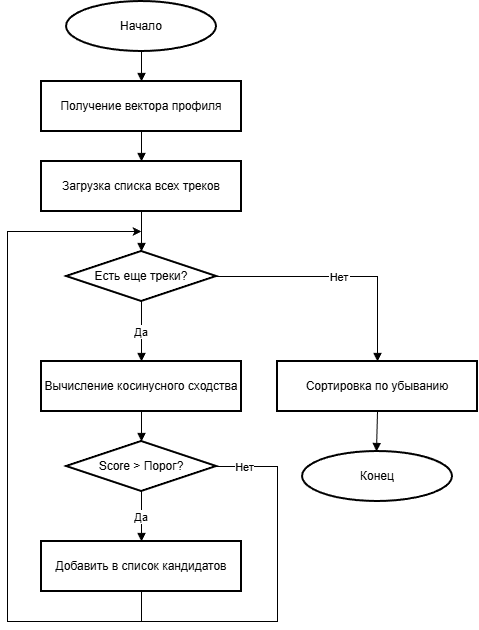
Above: изображения/Block_Scheme.png in EasyFox13/diplom (draw.io), before the change. Source tidied: cells renumbered, new cells last; positions are measured from the earlier drawing's top-left corner, leaving out a move shared by most shapes.
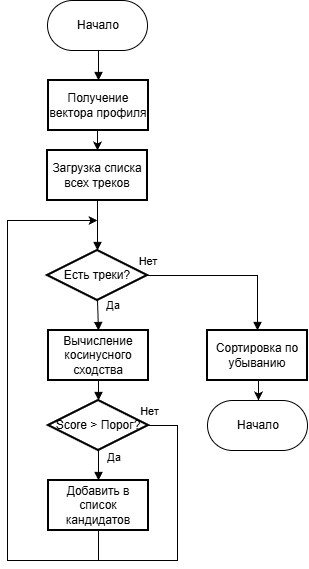
The same file after the commit.

The edit, as a diff of the source:
```diff
@@ -2,79 +2,98 @@
   <root>
     <mxCell id="0" />
     <mxCell id="1" parent="0" />
-    <mxCell id="2" value="Начало" style="ellipse;strokeWidth=2;whiteSpace=wrap;" parent="1" vertex="1">
-      <mxGeometry x="59" width="150" height="50" as="geometry" />
-    </mxCell>
+    <mxCell id="15" style="edgeStyle=orthogonalEdgeStyle;rounded=0;jettySize=auto;html=1;exitX=0.5;exitY=1;exitDx=0;exitDy=0;entryX=0.5;entryY=0;entryDx=0;entryDy=0;" parent="1" edge="1" source="3" target="4">
+      <mxGeometry relative="1" as="geometry" />
+    </mxCell>
     <mxCell id="3" value="Получение вектора профиля" style="whiteSpace=wrap;strokeWidth=2;" parent="1" vertex="1">
-      <mxGeometry x="34" y="80" width="200" height="50" as="geometry" />
+      <mxGeometry x="91" y="90" width="100" height="50" as="geometry" />
     </mxCell>
     <mxCell id="4" value="Загрузка списка всех треков" style="whiteSpace=wrap;strokeWidth=2;" parent="1" vertex="1">
-      <mxGeometry x="34" y="160" width="200" height="50" as="geometry" />
+      <mxGeometry x="90" y="160" width="100" height="50" as="geometry" />
     </mxCell>
-    <mxCell id="5" value="Есть еще треки?" style="rhombus;strokeWidth=2;whiteSpace=wrap;" parent="1" vertex="1">
-      <mxGeometry x="59" y="250" width="150" height="50" as="geometry" />
+    <mxCell id="5" value="Есть треки?" style="rhombus;strokeWidth=2;whiteSpace=wrap;" parent="1" vertex="1">
+      <mxGeometry x="90" y="260" width="100" height="50" as="geometry" />
     </mxCell>
     <mxCell id="6" value="Вычисление косинусного сходства" style="whiteSpace=wrap;strokeWidth=2;" parent="1" vertex="1">
-      <mxGeometry x="34" y="360" width="200" height="50" as="geometry" />
+      <mxGeometry x="91" y="340" width="100" height="50" as="geometry" />
     </mxCell>
     <mxCell id="7" style="edgeStyle=orthogonalEdgeStyle;rounded=0;jettySize=auto;html=1;exitX=1;exitY=0.5;exitDx=0;exitDy=0;endArrow=none;endFill=0;" parent="1" edge="1" source="9">
       <mxGeometry relative="1" as="geometry">
-        <mxPoint y="580" as="targetPoint" />
+        <mxPoint x="50" y="570" as="targetPoint" />
         <Array as="points">
-          <mxPoint x="270" y="465" />
-          <mxPoint x="270" y="620" />
-          <mxPoint y="620" />
+          <mxPoint x="220" y="435" />
+          <mxPoint x="220" y="570" />
         </Array>
       </mxGeometry>
     </mxCell>
     <mxCell id="8" value="Нет" style="edgeLabel;html=1;align=center;verticalAlign=middle;" parent="7" vertex="1">
-      <mxGeometry x="-0.9" relative="1" as="geometry" />
+      <mxGeometry x="-0.9" relative="1" as="geometry">
+        <mxPoint x="-17" y="-15" as="offset" />
+      </mxGeometry>
     </mxCell>
     <mxCell id="9" value="Score &gt; Порог?" style="rhombus;strokeWidth=2;whiteSpace=wrap;" parent="1" vertex="1">
-      <mxGeometry x="59" y="440" width="150" height="50" as="geometry" />
+      <mxGeometry x="91" y="410" width="100" height="50" as="geometry" />
     </mxCell>
     <mxCell id="10" style="edgeStyle=orthogonalEdgeStyle;rounded=0;jettySize=auto;html=1;exitX=0.5;exitY=1;exitDx=0;exitDy=0;startArrow=none;startFill=0;endArrow=classic;endFill=1;" parent="1" edge="1" source="11">
       <mxGeometry relative="1" as="geometry">
-        <mxPoint x="134" y="230" as="targetPoint" />
+        <mxPoint x="140" y="230" as="targetPoint" />
         <Array as="points">
-          <mxPoint x="134" y="620" />
-          <mxPoint y="620" />
-          <mxPoint y="230" />
+          <mxPoint x="141" y="570" />
+          <mxPoint x="50" y="570" />
+          <mxPoint x="50" y="230" />
         </Array>
       </mxGeometry>
     </mxCell>
     <mxCell id="11" value="Добавить в список кандидатов" style="whiteSpace=wrap;strokeWidth=2;" parent="1" vertex="1">
-      <mxGeometry x="34" y="540" width="200" height="50" as="geometry" />
+      <mxGeometry x="91" y="490" width="100" height="50" as="geometry" />
     </mxCell>
+    <mxCell id="22" style="edgeStyle=orthogonalEdgeStyle;rounded=0;jettySize=auto;html=1;exitX=0.5;exitY=1;exitDx=0;exitDy=0;entryX=0.5;entryY=0;entryDx=0;entryDy=0;" parent="1" edge="1" source="12" target="30">
+      <mxGeometry relative="1" as="geometry" />
+    </mxCell>
     <mxCell id="12" value="Сортировка по убыванию" style="whiteSpace=wrap;strokeWidth=2;" parent="1" vertex="1">
-      <mxGeometry x="270" y="360" width="200" height="50" as="geometry" />
+      <mxGeometry x="250" y="340" width="100" height="50" as="geometry" />
     </mxCell>
-    <mxCell id="13" value="Конец" style="ellipse;strokeWidth=2;whiteSpace=wrap;" parent="1" vertex="1">
-      <mxGeometry x="295" y="450" width="150" height="50" as="geometry" />
-    </mxCell>
-    <mxCell id="14" style="curved=1;startArrow=none;endArrow=block;exitX=0.5;exitY=1;entryX=0.5;entryY=0;rounded=0;noEdgeStyle=1;orthogonal=1;" parent="1" edge="1" source="2" target="3">
+    <mxCell id="14" style="curved=1;startArrow=none;endArrow=block;exitX=0.5;exitY=1;entryX=0.5;entryY=0;rounded=0;noEdgeStyle=1;orthogonal=1;exitDx=0;exitDy=0;" parent="1" edge="1" source="26" target="3">
       <mxGeometry relative="1" as="geometry" />
     </mxCell>
-    <mxCell id="15" style="curved=1;startArrow=none;endArrow=block;exitX=0.5;exitY=1;entryX=0.5;entryY=0;rounded=0;noEdgeStyle=1;orthogonal=1;" parent="1" edge="1" source="3" target="4">
-      <mxGeometry relative="1" as="geometry" />
-    </mxCell>
     <mxCell id="16" style="curved=1;startArrow=none;endArrow=block;exitX=0.5;exitY=1;entryX=0.5;entryY=0;rounded=0;noEdgeStyle=1;orthogonal=1;" parent="1" edge="1" source="4" target="5">
       <mxGeometry relative="1" as="geometry" />
     </mxCell>
     <mxCell id="17" value="Да" style="curved=1;startArrow=none;endArrow=block;exitX=0.5;exitY=1;entryX=0.5;entryY=0;rounded=0;noEdgeStyle=1;orthogonal=1;exitDx=0;exitDy=0;" parent="1" edge="1" source="5" target="6">
-      <mxGeometry relative="1" as="geometry" />
+      <mxGeometry x="-0.67" y="16" relative="1" as="geometry" />
     </mxCell>
     <mxCell id="18" style="curved=1;startArrow=none;endArrow=block;exitX=0.5;exitY=1;entryX=0.5;entryY=0;rounded=0;noEdgeStyle=1;orthogonal=1;entryDx=0;entryDy=0;" parent="1" edge="1" source="6" target="9">
       <mxGeometry relative="1" as="geometry" />
     </mxCell>
     <mxCell id="19" value="Да" style="curved=1;startArrow=none;endArrow=block;exitX=0.5;exitY=1;entryX=0.5;entryY=0;rounded=0;noEdgeStyle=1;orthogonal=1;entryDx=0;entryDy=0;" parent="1" edge="1" source="9" target="11">
-      <mxGeometry relative="1" as="geometry" />
+      <mxGeometry x="-0.6" y="16" relative="1" as="geometry" />
     </mxCell>
     <mxCell id="20" value="Нет" style="startArrow=none;endArrow=block;exitX=1;exitY=0.5;entryX=0.5;entryY=-0.01;rounded=0;orthogonal=1;exitDx=0;exitDy=0;edgeStyle=orthogonalEdgeStyle;" parent="1" edge="1" source="5" target="12">
-      <mxGeometry relative="1" as="geometry" />
+      <mxGeometry x="-0.99" y="15" relative="1" as="geometry" />
     </mxCell>
-    <mxCell id="21" style="curved=1;startArrow=none;endArrow=block;exitX=0.5;exitY=0.99;entryX=0.49;entryY=0;rounded=0;noEdgeStyle=1;orthogonal=1;" parent="1" edge="1" source="12" target="13">
-      <mxGeometry relative="1" as="geometry" />
-    </mxCell>
+    <mxCell id="23" style="group;" parent="1" vertex="1">
+      <mxGeometry x="90" y="10" width="100" height="50" as="geometry" />
+    </mxCell>
+    <mxCell id="24" style="ellipse;whiteSpace=wrap;html=1;fillColor=#FFFFFF;" parent="23" vertex="1">
+      <mxGeometry x="50" width="50" height="50" as="geometry" />
+    </mxCell>
+    <mxCell id="25" style="ellipse;whiteSpace=wrap;html=1;fillColor=#FFFFFF;" parent="23" vertex="1">
+      <mxGeometry width="50" height="50" as="geometry" />
+    </mxCell>
+    <mxCell id="26" value="Начало" style="shape=partialRectangle;whiteSpace=wrap;html=1;left=0;right=0;fillColor=#FFFFFF;" parent="23" vertex="1">
+      <mxGeometry x="26" width="50" height="50" as="geometry" />
+    </mxCell>
+    <mxCell id="27" style="group;" parent="1" vertex="1">
+      <mxGeometry x="250" y="410" width="100" height="50" as="geometry" />
+    </mxCell>
+    <mxCell id="28" style="ellipse;whiteSpace=wrap;html=1;fillColor=#FFFFFF;" parent="27" vertex="1">
+      <mxGeometry x="50" width="50" height="50" as="geometry" />
+    </mxCell>
+    <mxCell id="29" style="ellipse;whiteSpace=wrap;html=1;fillColor=#FFFFFF;" parent="27" vertex="1">
+      <mxGeometry width="50" height="50" as="geometry" />
+    </mxCell>
+    <mxCell id="30" value="Начало" style="shape=partialRectangle;whiteSpace=wrap;html=1;left=0;right=0;fillColor=#FFFFFF;" parent="27" vertex="1">
+      <mxGeometry x="26" width="50" height="50" as="geometry" />
+    </mxCell>
   </root>
 </mxGraphModel>
```
